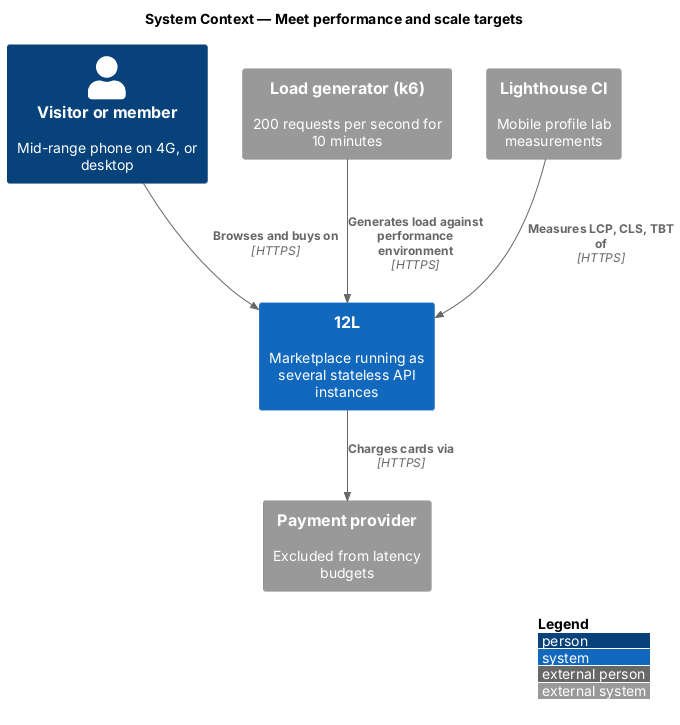
The PlantUML diagram docs/detailed-designs/platform/meet-performance-and-scale/diagrams/c4-context.png in QuinntyneBrown/12l, before a commit.
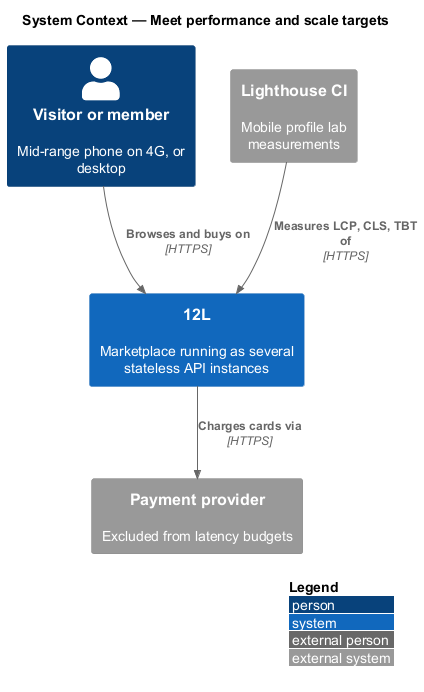
After the change.

What changed in the source:
```diff
@@ -5,12 +5,10 @@
 
 Person(shopper, "Visitor or member", "Mid-range phone on 4G, or desktop")
 System(twelvel, "12L", "Marketplace running as several stateless API instances")
-System_Ext(k6, "Load generator (k6)", "200 requests per second for 10 minutes")
 System_Ext(lhci, "Lighthouse CI", "Mobile profile lab measurements")
 System_Ext(payments, "Payment provider", "Excluded from latency budgets")
 
 Rel(shopper, twelvel, "Browses and buys on", "HTTPS")
-Rel(k6, twelvel, "Generates load against performance environment", "HTTPS")
 Rel(lhci, twelvel, "Measures LCP, CLS, TBT of", "HTTPS")
 Rel(twelvel, payments, "Charges cards via", "HTTPS")
 @enduml
```
